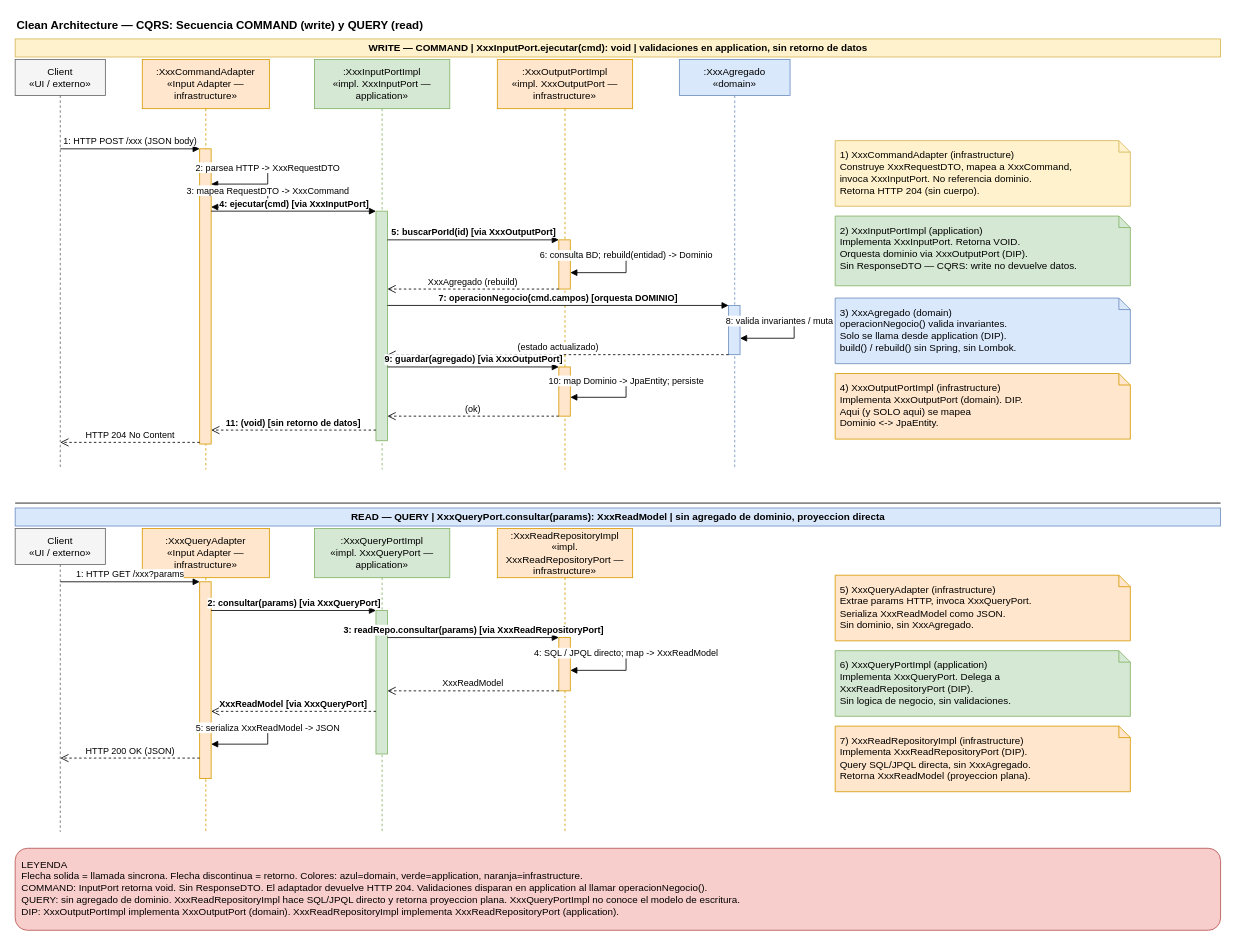
Above: docs/clean-architecture-secuencia-plantilla.drawio in arquisoft-uco/arquisoft-backend (draw.io), before the change. Source tidied: cells renumbered, new cells numbered last; positions are measured from the earlier drawing's top-left corner, leaving out a move shared by most shapes. Both pictures are drawn from the tidied source at 82%, with x=0, y=0 at pixel (15, 14).
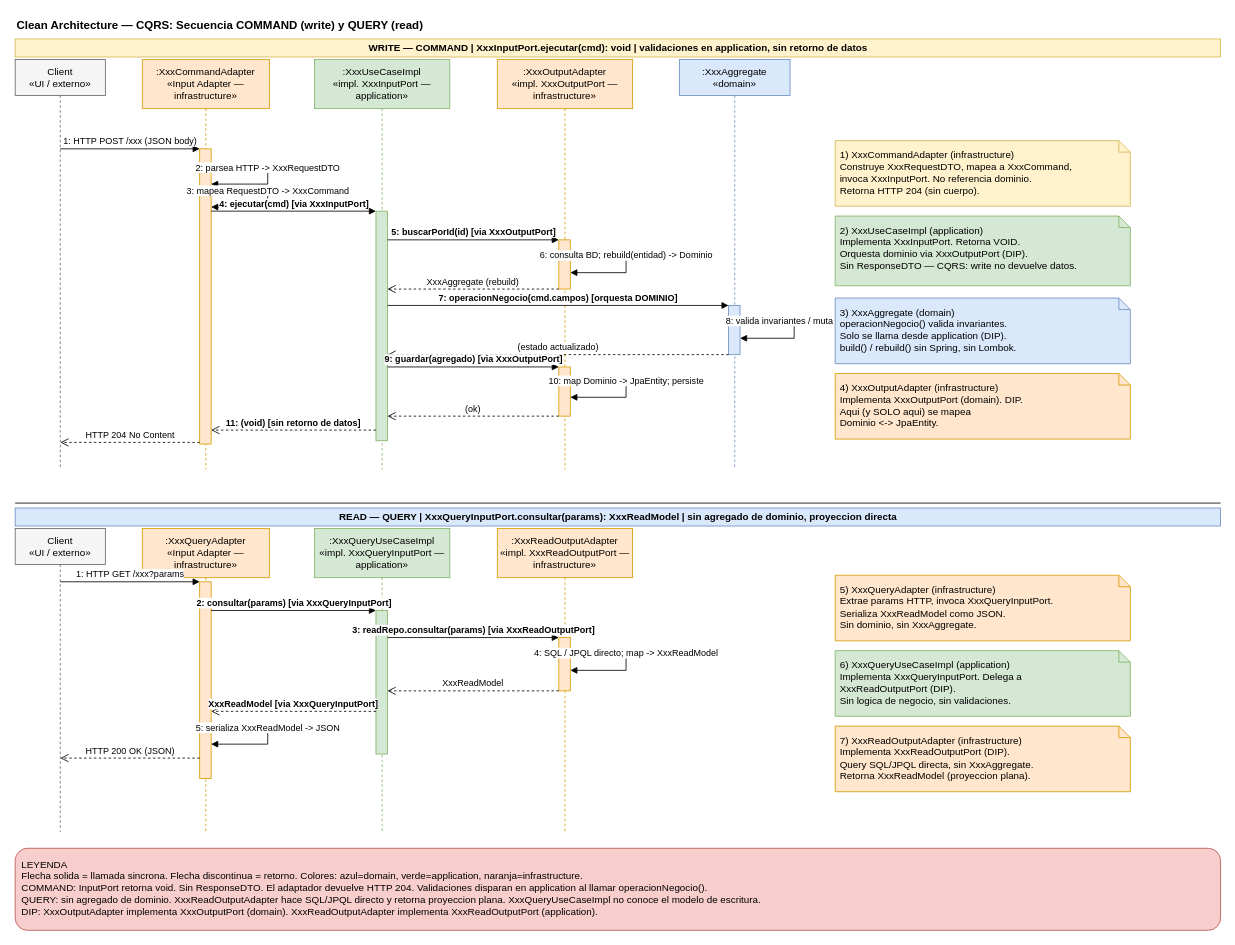
The same page after the edit.

Diff of the diagram source:
```diff
@@
-    <mxCell id="6" value=":XxxInputPortImpl&#10;«impl. XxxInputPort — application»" style="shape=umlLifeline;perimeter=lifelinePerimeter;whiteSpace=wrap;html=1;size=60;fillColor=#d5e8d4;strokeColor=#82b366;" parent="1" vertex="1">
+    <mxCell id="6" value=":XxxUseCaseImpl&#10;«impl. XxxInputPort — application»" style="shape=umlLifeline;perimeter=lifelinePerimeter;whiteSpace=wrap;html=1;size=60;fillColor=#d5e8d4;strokeColor=#82b366;" parent="1" vertex="1">
       <mxGeometry x="365" y="55" width="165" height="500" as="geometry" />
     </mxCell>
-    <mxCell id="7" value=":XxxOutputPortImpl&#10;«impl. XxxOutputPort — infrastructure»" style="shape=umlLifeline;perimeter=lifelinePerimeter;whiteSpace=wrap;html=1;size=60;fillColor=#ffe6cc;strokeColor=#d79b00;" parent="1" vertex="1">
+    <mxCell id="7" value=":XxxOutputAdapter&#10;«impl. XxxOutputPort — infrastructure»" style="shape=umlLifeline;perimeter=lifelinePerimeter;whiteSpace=wrap;html=1;size=60;fillColor=#ffe6cc;strokeColor=#d79b00;" parent="1" vertex="1">
       <mxGeometry x="588" y="55" width="165" height="500" as="geometry" />
     </mxCell>
-    <mxCell id="8" value=":XxxAgregado&#10;«domain»" style="shape=umlLifeline;perimeter=lifelinePerimeter;whiteSpace=wrap;html=1;size=44;fillColor=#dae8fc;strokeColor=#6c8ebf;" parent="1" vertex="1">
+    <mxCell id="8" value=":XxxAggregate&#10;«domain»" style="shape=umlLifeline;perimeter=lifelinePerimeter;whiteSpace=wrap;html=1;size=44;fillColor=#dae8fc;strokeColor=#6c8ebf;" parent="1" vertex="1">
       <mxGeometry x="810" y="55" width="135" height="500" as="geometry" />
     </mxCell>
@@
-    <mxCell id="20" value="XxxAgregado (rebuild)" style="html=1;verticalAlign=bottom;endArrow=open;dashed=1;rounded=0;endSize=8;" parent="1" edge="1">
+    <mxCell id="20" value="XxxAggregate (rebuild)" style="html=1;verticalAlign=bottom;endArrow=open;dashed=1;rounded=0;endSize=8;" parent="1" edge="1">
       <mxGeometry relative="1" as="geometry">
         <mxPoint x="663" y="335" as="sourcePoint" />
         <mxPoint x="454" y="335" as="targetPoint" />
       </mxGeometry>
     </mxCell>
@@
-    <mxCell id="30" value="2) XxxInputPortImpl (application)&#10;Implementa XxxInputPort. Retorna VOID.&#10;Orquesta dominio via XxxOutputPort (DIP).&#10;Sin ResponseDTO — CQRS: write no devuelve datos." style="shape=note;whiteSpace=wrap;html=1;backgroundOutline=1;fillColor=#d5e8d4;strokeColor=#82b366;align=left;verticalAlign=top;spacing=6;size=14;" parent="1" vertex="1">
+    <mxCell id="30" value="2) XxxUseCaseImpl (application)&#10;Implementa XxxInputPort. Retorna VOID.&#10;Orquesta dominio via XxxOutputPort (DIP).&#10;Sin ResponseDTO — CQRS: write no devuelve datos." style="shape=note;whiteSpace=wrap;html=1;backgroundOutline=1;fillColor=#d5e8d4;strokeColor=#82b366;align=left;verticalAlign=top;spacing=6;size=14;" parent="1" vertex="1">
       <mxGeometry x="1000" y="246" width="360" height="85" as="geometry" />
     </mxCell>
-    <mxCell id="31" value="3) XxxAgregado (domain)&#10;operacionNegocio() valida invariantes.&#10;Solo se llama desde application (DIP).&#10;build() / rebuild() sin Spring, sin Lombok." style="shape=note;whiteSpace=wrap;html=1;backgroundOutline=1;fillColor=#dae8fc;strokeColor=#6c8ebf;align=left;verticalAlign=top;spacing=6;size=14;" parent="1" vertex="1">
+    <mxCell id="31" value="3) XxxAggregate (domain)&#10;operacionNegocio() valida invariantes.&#10;Solo se llama desde application (DIP).&#10;build() / rebuild() sin Spring, sin Lombok." style="shape=note;whiteSpace=wrap;html=1;backgroundOutline=1;fillColor=#dae8fc;strokeColor=#6c8ebf;align=left;verticalAlign=top;spacing=6;size=14;" parent="1" vertex="1">
       <mxGeometry x="1000" y="346" width="360" height="80" as="geometry" />
     </mxCell>
-    <mxCell id="32" value="4) XxxOutputPortImpl (infrastructure)&#10;Implementa XxxOutputPort (domain). DIP.&#10;Aqui (y SOLO aqui) se mapea&#10;Dominio &lt;-&gt; JpaEntity." style="shape=note;whiteSpace=wrap;html=1;backgroundOutline=1;fillColor=#ffe6cc;strokeColor=#d79b00;align=left;verticalAlign=top;spacing=6;size=14;" parent="1" vertex="1">
+    <mxCell id="32" value="4) XxxOutputAdapter (infrastructure)&#10;Implementa XxxOutputPort (domain). DIP.&#10;Aqui (y SOLO aqui) se mapea&#10;Dominio &lt;-&gt; JpaEntity." style="shape=note;whiteSpace=wrap;html=1;backgroundOutline=1;fillColor=#ffe6cc;strokeColor=#d79b00;align=left;verticalAlign=top;spacing=6;size=14;" parent="1" vertex="1">
       <mxGeometry x="1000" y="438" width="360" height="80" as="geometry" />
     </mxCell>
@@
-    <mxCell id="34" value="READ — QUERY  |  XxxQueryPort.consultar(params): XxxReadModel  |  sin agregado de dominio, proyeccion directa" style="text;html=1;fontSize=12;fontStyle=1;align=center;verticalAlign=middle;fillColor=#dae8fc;strokeColor=#6c8ebf;" parent="1" vertex="1">
+    <mxCell id="34" value="READ — QUERY  |  XxxQueryInputPort.consultar(params): XxxReadModel  |  sin agregado de dominio, proyeccion directa" style="text;html=1;fontSize=12;fontStyle=1;align=center;verticalAlign=middle;fillColor=#dae8fc;strokeColor=#6c8ebf;" parent="1" vertex="1">
       <mxGeometry y="602" width="1470" height="22" as="geometry" />
     </mxCell>
@@
-    <mxCell id="37" value=":XxxQueryPortImpl&#10;«impl. XxxQueryPort — application»" style="shape=umlLifeline;perimeter=lifelinePerimeter;whiteSpace=wrap;html=1;size=60;fillColor=#d5e8d4;strokeColor=#82b366;" parent="1" vertex="1">
+    <mxCell id="37" value=":XxxQueryUseCaseImpl&#10;«impl. XxxQueryInputPort — application»" style="shape=umlLifeline;perimeter=lifelinePerimeter;whiteSpace=wrap;html=1;size=60;fillColor=#d5e8d4;strokeColor=#82b366;" parent="1" vertex="1">
       <mxGeometry x="365" y="627" width="165" height="370" as="geometry" />
     </mxCell>
-    <mxCell id="38" value=":XxxReadRepositoryImpl&#10;«impl. XxxReadRepositoryPort — infrastructure»" style="shape=umlLifeline;perimeter=lifelinePerimeter;whiteSpace=wrap;html=1;size=60;fillColor=#ffe6cc;strokeColor=#d79b00;" parent="1" vertex="1">
+    <mxCell id="38" value=":XxxReadOutputAdapter&#10;«impl. XxxReadOutputPort — infrastructure»" style="shape=umlLifeline;perimeter=lifelinePerimeter;whiteSpace=wrap;html=1;size=60;fillColor=#ffe6cc;strokeColor=#d79b00;" parent="1" vertex="1">
       <mxGeometry x="588" y="627" width="165" height="370" as="geometry" />
     </mxCell>
@@
-    <mxCell id="43" value="2: consultar(params)   [via XxxQueryPort]" style="html=1;verticalAlign=bottom;endArrow=block;rounded=0;fontStyle=1;" parent="1" edge="1">
+    <mxCell id="43" value="2: consultar(params)   [via XxxQueryInputPort]" style="html=1;verticalAlign=bottom;endArrow=block;rounded=0;fontStyle=1;" parent="1" edge="1">
       <mxGeometry relative="1" as="geometry">
         <mxPoint x="239" y="727" as="sourcePoint" />
         <mxPoint x="440" y="727" as="targetPoint" />
       </mxGeometry>
     </mxCell>
-    <mxCell id="44" value="3: readRepo.consultar(params)   [via XxxReadRepositoryPort]" style="html=1;verticalAlign=bottom;endArrow=block;rounded=0;fontStyle=1;" parent="1" edge="1">
+    <mxCell id="44" value="3: readRepo.consultar(params)   [via XxxReadOutputPort]" style="html=1;verticalAlign=bottom;endArrow=block;rounded=0;fontStyle=1;" parent="1" edge="1">
       <mxGeometry relative="1" as="geometry">
         <mxPoint x="454" y="760" as="sourcePoint" />
         <mxPoint x="663" y="760" as="targetPoint" />
       </mxGeometry>
     </mxCell>
@@
-    <mxCell id="47" value="XxxReadModel   [via XxxQueryPort]" style="html=1;verticalAlign=bottom;endArrow=open;dashed=1;rounded=0;endSize=8;fontStyle=1;" parent="1" edge="1">
+    <mxCell id="47" value="XxxReadModel   [via XxxQueryInputPort]" style="html=1;verticalAlign=bottom;endArrow=open;dashed=1;rounded=0;endSize=8;fontStyle=1;" parent="1" edge="1">
       <mxGeometry relative="1" as="geometry">
         <mxPoint x="440" y="850" as="sourcePoint" />
         <mxPoint x="239" y="850" as="targetPoint" />
       </mxGeometry>
     </mxCell>
@@
-    <mxCell id="50" value="5) XxxQueryAdapter (infrastructure)&#10;Extrae params HTTP, invoca XxxQueryPort.&#10;Serializa XxxReadModel como JSON.&#10;Sin dominio, sin XxxAgregado." style="shape=note;whiteSpace=wrap;html=1;backgroundOutline=1;fillColor=#ffe6cc;strokeColor=#d79b00;align=left;verticalAlign=top;spacing=6;size=14;" parent="1" vertex="1">
+    <mxCell id="50" value="5) XxxQueryAdapter (infrastructure)&#10;Extrae params HTTP, invoca XxxQueryInputPort.&#10;Serializa XxxReadModel como JSON.&#10;Sin dominio, sin XxxAggregate." style="shape=note;whiteSpace=wrap;html=1;backgroundOutline=1;fillColor=#ffe6cc;strokeColor=#d79b00;align=left;verticalAlign=top;spacing=6;size=14;" parent="1" vertex="1">
       <mxGeometry x="1000" y="684" width="360" height="80" as="geometry" />
     </mxCell>
-    <mxCell id="51" value="6) XxxQueryPortImpl (application)&#10;Implementa XxxQueryPort. Delega a&#10;XxxReadRepositoryPort (DIP).&#10;Sin logica de negocio, sin validaciones." style="shape=note;whiteSpace=wrap;html=1;backgroundOutline=1;fillColor=#d5e8d4;strokeColor=#82b366;align=left;verticalAlign=top;spacing=6;size=14;" parent="1" vertex="1">
+    <mxCell id="51" value="6) XxxQueryUseCaseImpl (application)&#10;Implementa XxxQueryInputPort. Delega a&#10;XxxReadOutputPort (DIP).&#10;Sin logica de negocio, sin validaciones." style="shape=note;whiteSpace=wrap;html=1;backgroundOutline=1;fillColor=#d5e8d4;strokeColor=#82b366;align=left;verticalAlign=top;spacing=6;size=14;" parent="1" vertex="1">
       <mxGeometry x="1000" y="776" width="360" height="80" as="geometry" />
     </mxCell>
-    <mxCell id="52" value="7) XxxReadRepositoryImpl (infrastructure)&#10;Implementa XxxReadRepositoryPort (DIP).&#10;Query SQL/JPQL directa, sin XxxAgregado.&#10;Retorna XxxReadModel (proyeccion plana)." style="shape=note;whiteSpace=wrap;html=1;backgroundOutline=1;fillColor=#ffe6cc;strokeColor=#d79b00;align=left;verticalAlign=top;spacing=6;size=14;" parent="1" vertex="1">
+    <mxCell id="52" value="7) XxxReadOutputAdapter (infrastructure)&#10;Implementa XxxReadOutputPort (DIP).&#10;Query SQL/JPQL directa, sin XxxAggregate.&#10;Retorna XxxReadModel (proyeccion plana)." style="shape=note;whiteSpace=wrap;html=1;backgroundOutline=1;fillColor=#ffe6cc;strokeColor=#d79b00;align=left;verticalAlign=top;spacing=6;size=14;" parent="1" vertex="1">
       <mxGeometry x="1000" y="868" width="360" height="80" as="geometry" />
     </mxCell>
-    <mxCell id="53" value="LEYENDA&#10;Flecha solida = llamada sincrona.   Flecha discontinua = retorno.   Colores: azul=domain, verde=application, naranja=infrastructure.&#10;COMMAND: InputPort retorna void. Sin ResponseDTO. El adaptador devuelve HTTP 204. Validaciones disparan en application al llamar operacionNegocio().&#10;QUERY: sin agregado de dominio. XxxReadRepositoryImpl hace SQL/JPQL directo y retorna proyeccion plana. XxxQueryPortImpl no conoce el modelo de escritura.&#10;DIP: XxxOutputPortImpl implementa XxxOutputPort (domain). XxxReadRepositoryImpl implementa XxxReadRepositoryPort (application)." style="rounded=1;whiteSpace=wrap;html=1;align=left;verticalAlign=top;fillColor=#f8cecc;strokeColor=#b85450;spacing=8;" parent="1" vertex="1">
+    <mxCell id="53" value="LEYENDA&#10;Flecha solida = llamada sincrona.   Flecha discontinua = retorno.   Colores: azul=domain, verde=application, naranja=infrastructure.&#10;COMMAND: InputPort retorna void. Sin ResponseDTO. El adaptador devuelve HTTP 204. Validaciones disparan en application al llamar operacionNegocio().&#10;QUERY: sin agregado de dominio. XxxReadOutputAdapter hace SQL/JPQL directo y retorna proyeccion plana. XxxQueryUseCaseImpl no conoce el modelo de escritura.&#10;DIP: XxxOutputAdapter implementa XxxOutputPort (domain). XxxReadOutputAdapter implementa XxxReadOutputPort (application)." style="rounded=1;whiteSpace=wrap;html=1;align=left;verticalAlign=top;fillColor=#f8cecc;strokeColor=#b85450;spacing=8;" parent="1" vertex="1">
       <mxGeometry y="1017" width="1470" height="100" as="geometry" />
     </mxCell>
```
